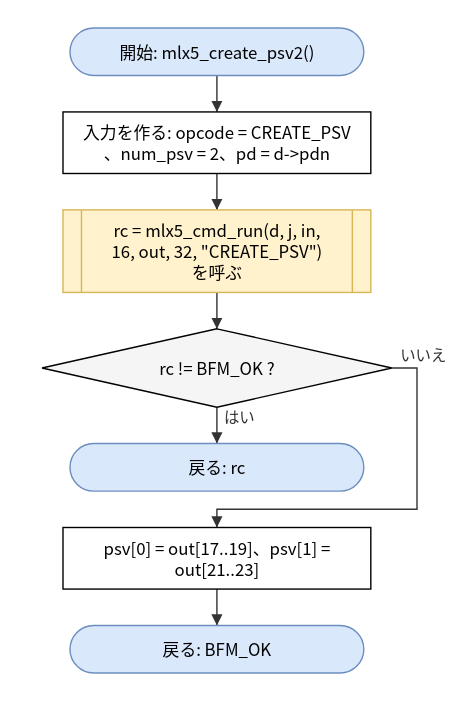
Above: doc/spec/images/flow_src_mlx5_hca-mlx5_create_psv2.drawio.svg in hf355051012-ai/bfmem (draw.io), before the change. Source tidied: cells renumbered, new cells last; positions are measured from the earlier drawing's top-left corner, leaving out a move shared by most shapes.
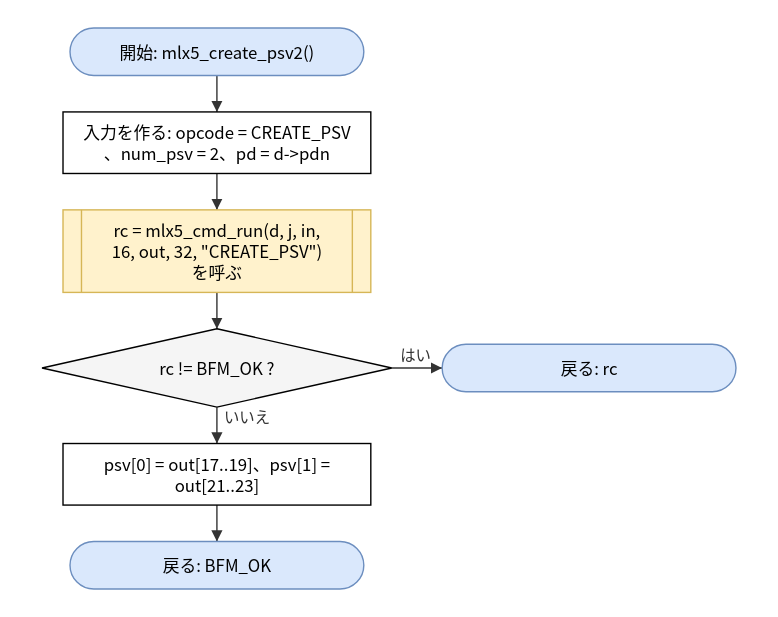
Above is the later version.

The edit, as a diff of the source:
```diff
@@ -15,13 +15,13 @@
       <mxGeometry y="215" width="250" height="56" as="geometry" />
     </mxCell>
     <mxCell id="6" value="戻る: rc" style="rounded=1;arcSize=50;whiteSpace=wrap;html=1;fillColor=#dae8fc;strokeColor=#6c8ebf;" parent="1" vertex="1">
-      <mxGeometry x="20" y="297" width="210" height="34" as="geometry" />
+      <mxGeometry x="286" y="226" width="210" height="34" as="geometry" />
     </mxCell>
     <mxCell id="7" value="psv[0] = out[17..19]、psv[1] =&lt;br&gt;out[21..23]" style="rounded=0;whiteSpace=wrap;html=1;" parent="1" vertex="1">
-      <mxGeometry x="15" y="357" width="220" height="44" as="geometry" />
+      <mxGeometry x="15" y="297" width="220" height="44" as="geometry" />
     </mxCell>
     <mxCell id="8" value="戻る: BFM_OK" style="rounded=1;arcSize=50;whiteSpace=wrap;html=1;fillColor=#dae8fc;strokeColor=#6c8ebf;" parent="1" vertex="1">
-      <mxGeometry x="20" y="427" width="210" height="34" as="geometry" />
+      <mxGeometry x="20" y="367" width="210" height="34" as="geometry" />
     </mxCell>
     <mxCell id="9" style="edgeStyle=none;html=1;rounded=0;endArrow=block;endFill=1;exitX=0.5000;exitY=1.0000;exitDx=0;exitDy=0;exitPerimeter=0;entryX=0.5000;entryY=0.0000;entryDx=0;entryDy=0;entryPerimeter=0;" parent="1" edge="1" source="2" target="3">
       <mxGeometry relative="1" as="geometry" />
@@ -32,17 +32,11 @@
     <mxCell id="11" style="edgeStyle=none;html=1;rounded=0;endArrow=block;endFill=1;exitX=0.5000;exitY=1.0000;exitDx=0;exitDy=0;exitPerimeter=0;entryX=0.5000;entryY=0.0000;entryDx=0;entryDy=0;entryPerimeter=0;" parent="1" edge="1" source="4" target="5">
       <mxGeometry relative="1" as="geometry" />
     </mxCell>
-    <mxCell id="12" value="はい" style="edgeStyle=none;html=1;rounded=0;endArrow=block;endFill=1;exitX=0.5000;exitY=1.0000;exitDx=0;exitDy=0;exitPerimeter=0;entryX=0.5000;entryY=0.0000;entryDx=0;entryDy=0;entryPerimeter=0;" parent="1" edge="1" source="5" target="6">
+    <mxCell id="12" value="はい" style="edgeStyle=none;html=1;rounded=0;endArrow=block;endFill=1;exitX=1.0000;exitY=0.5000;exitDx=0;exitDy=0;exitPerimeter=0;entryX=0.0000;entryY=0.5000;entryDx=0;entryDy=0;entryPerimeter=0;" parent="1" edge="1" source="5" target="6">
       <mxGeometry relative="1" as="geometry" />
     </mxCell>
-    <mxCell id="13" value="いいえ" style="edgeStyle=none;html=1;rounded=0;endArrow=block;endFill=1;exitX=1.0000;exitY=0.5000;exitDx=0;exitDy=0;exitPerimeter=0;entryX=0.5000;entryY=0.0000;entryDx=0;entryDy=0;entryPerimeter=0;" parent="1" edge="1" source="5" target="7">
-      <mxGeometry relative="1" as="geometry">
-        <Array as="points">
-          <mxPoint x="268" y="243" />
-          <mxPoint x="268" y="344" />
-          <mxPoint x="125" y="344" />
-        </Array>
-      </mxGeometry>
+    <mxCell id="13" value="いいえ" style="edgeStyle=none;html=1;rounded=0;endArrow=block;endFill=1;exitX=0.5000;exitY=1.0000;exitDx=0;exitDy=0;exitPerimeter=0;entryX=0.5000;entryY=0.0000;entryDx=0;entryDy=0;entryPerimeter=0;" parent="1" edge="1" source="5" target="7">
+      <mxGeometry relative="1" as="geometry" />
     </mxCell>
     <mxCell id="14" style="edgeStyle=none;html=1;rounded=0;endArrow=block;endFill=1;exitX=0.5000;exitY=1.0000;exitDx=0;exitDy=0;exitPerimeter=0;entryX=0.5000;entryY=0.0000;entryDx=0;entryDy=0;entryPerimeter=0;" parent="1" edge="1" source="7" target="8">
       <mxGeometry relative="1" as="geometry" />
```
